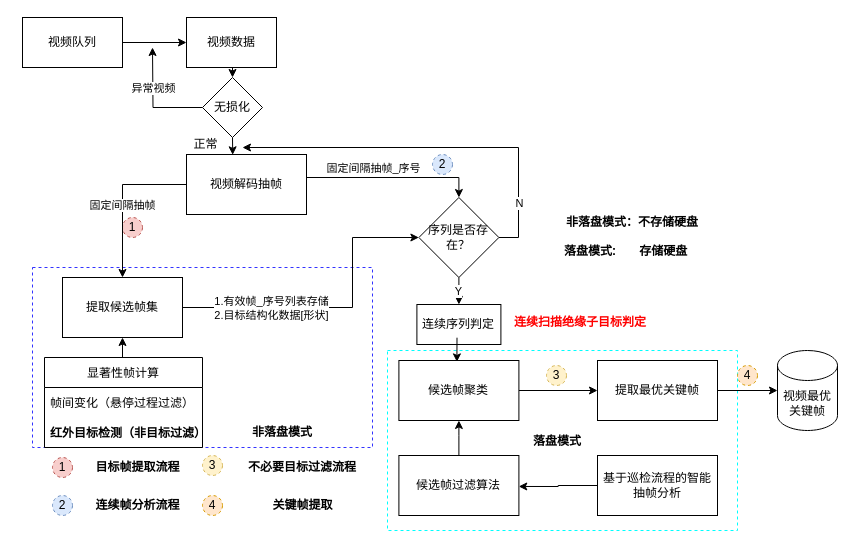
This is 视频抽帧.drawio from paleblackless/diagrams, a draw.io file, before an edit. Source tidied: cells renumbered, new cells numbered last; positions are measured from the earlier drawing's top-left corner, leaving out a move shared by most shapes. Both pictures are drawn from the tidied source at 100%, with x=0, y=0 at pixel (22, 17).
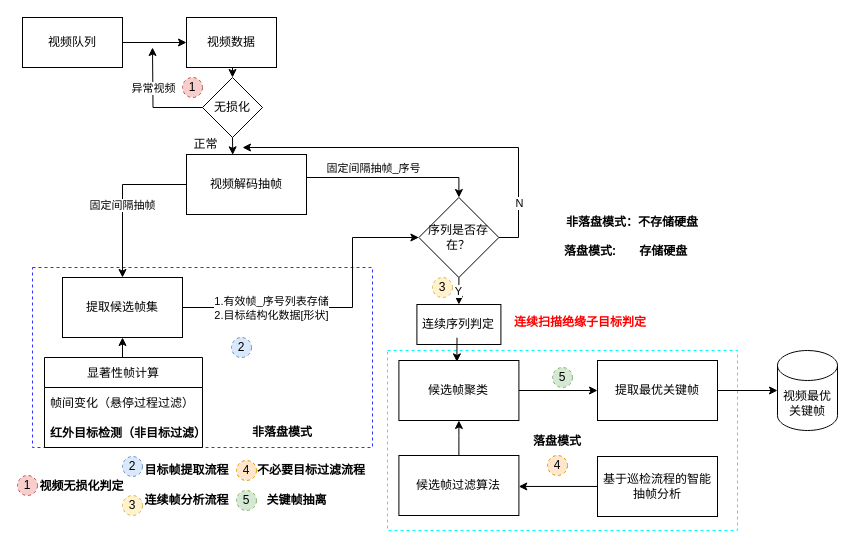
Above is the later version.

Commit message:
更新视频抽帧.drawio

The edit, as a diff of the source:
```diff
@@
     <mxCell id="19" value="基于巡检流程的智能抽帧分析" style="rounded=0;whiteSpace=wrap;html=1;" parent="1" vertex="1">
-      <mxGeometry x="575" y="438" width="120" height="60" as="geometry" />
+      <mxGeometry x="575" y="439" width="120" height="60" as="geometry" />
     </mxCell>
@@
     <mxCell id="22" value="1" style="ellipse;whiteSpace=wrap;html=1;dashed=1;fillColor=#f8cecc;strokeColor=#b85450;" parent="1" vertex="1">
-      <mxGeometry x="100" y="200" width="20" height="20" as="geometry" />
+      <mxGeometry x="160" y="60" width="20" height="20" as="geometry" />
     </mxCell>
     <mxCell id="23" value="3" style="ellipse;whiteSpace=wrap;html=1;dashed=1;fillColor=#fff2cc;strokeColor=#d6b656;" parent="1" vertex="1">
-      <mxGeometry x="524" y="348" width="20" height="20" as="geometry" />
+      <mxGeometry x="410" y="260" width="20" height="20" as="geometry" />
     </mxCell>
@@
     <mxCell id="25" value="4" style="ellipse;whiteSpace=wrap;html=1;dashed=1;fillColor=#ffe6cc;strokeColor=#d79b00;" parent="1" vertex="1">
-      <mxGeometry x="715" y="348" width="20" height="20" as="geometry" />
+      <mxGeometry x="525" y="438" width="20" height="20" as="geometry" />
     </mxCell>
@@
     <mxCell id="38" value="2" style="ellipse;whiteSpace=wrap;html=1;dashed=1;fillColor=#dae8fc;strokeColor=#6c8ebf;" parent="1" vertex="1">
-      <mxGeometry x="410" y="137" width="20" height="20" as="geometry" />
+      <mxGeometry x="209" y="320" width="20" height="20" as="geometry" />
     </mxCell>
@@
-    <mxCell id="41" value="1" style="ellipse;whiteSpace=wrap;html=1;dashed=1;fillColor=#f8cecc;strokeColor=#b85450;" parent="1" vertex="1">
-      <mxGeometry x="30" y="440" width="20" height="20" as="geometry" />
-    </mxCell>
-    <mxCell id="42" value="2" style="ellipse;whiteSpace=wrap;html=1;dashed=1;fillColor=#dae8fc;strokeColor=#6c8ebf;" parent="1" vertex="1">
-      <mxGeometry x="30" y="478" width="20" height="20" as="geometry" />
-    </mxCell>
-    <mxCell id="43" value="3" style="ellipse;whiteSpace=wrap;html=1;dashed=1;fillColor=#fff2cc;strokeColor=#d6b656;" parent="1" vertex="1">
-      <mxGeometry x="180" y="438" width="20" height="20" as="geometry" />
-    </mxCell>
-    <mxCell id="44" value="4" style="ellipse;whiteSpace=wrap;html=1;dashed=1;fillColor=#ffe6cc;strokeColor=#d79b00;" parent="1" vertex="1">
-      <mxGeometry x="180" y="478" width="20" height="20" as="geometry" />
-    </mxCell>
     <mxCell id="45" value="&lt;font color=&quot;#000000&quot;&gt;&lt;b&gt;目标帧提取流程&lt;/b&gt;&lt;/font&gt;" style="text;html=1;strokeColor=none;fillColor=none;align=center;verticalAlign=middle;whiteSpace=wrap;rounded=0;fontColor=#FF0000;" parent="1" vertex="1">
-      <mxGeometry x="71" y="435" width="89" height="30" as="geometry" />
+      <mxGeometry x="120" y="438" width="89" height="30" as="geometry" />
     </mxCell>
     <mxCell id="46" value="&lt;font color=&quot;#000000&quot;&gt;&lt;b&gt;连续帧分析流程&lt;/b&gt;&lt;/font&gt;" style="text;html=1;strokeColor=none;fillColor=none;align=center;verticalAlign=middle;whiteSpace=wrap;rounded=0;fontColor=#FF0000;" parent="1" vertex="1">
-      <mxGeometry x="71" y="473" width="89" height="30" as="geometry" />
+      <mxGeometry x="120" y="468" width="89" height="30" as="geometry" />
     </mxCell>
     <mxCell id="47" value="&lt;font color=&quot;#000000&quot;&gt;&lt;b&gt;不必要目标过滤流程&lt;/b&gt;&lt;/font&gt;" style="text;html=1;strokeColor=none;fillColor=none;align=center;verticalAlign=middle;whiteSpace=wrap;rounded=0;fontColor=#FF0000;" parent="1" vertex="1">
-      <mxGeometry x="220" y="435" width="120" height="30" as="geometry" />
+      <mxGeometry x="228.5" y="438" width="120" height="30" as="geometry" />
     </mxCell>
-    <mxCell id="48" value="&lt;font color=&quot;#000000&quot;&gt;&lt;b&gt;关键帧提取&lt;/b&gt;&lt;/font&gt;" style="text;html=1;strokeColor=none;fillColor=none;align=center;verticalAlign=middle;whiteSpace=wrap;rounded=0;fontColor=#FF0000;" parent="1" vertex="1">
-      <mxGeometry x="245.5" y="473" width="69" height="30" as="geometry" />
+    <mxCell id="48" value="&lt;font color=&quot;#000000&quot;&gt;&lt;b&gt;关键帧抽离&lt;/b&gt;&lt;/font&gt;" style="text;html=1;strokeColor=none;fillColor=none;align=center;verticalAlign=middle;whiteSpace=wrap;rounded=0;fontColor=#FF0000;" parent="1" vertex="1">
+      <mxGeometry x="240" y="468" width="69" height="30" as="geometry" />
     </mxCell>
@@
+    <mxCell id="58" value="5" style="ellipse;whiteSpace=wrap;html=1;dashed=1;fillColor=#d5e8d4;strokeColor=#82b366;" parent="1" vertex="1">
+      <mxGeometry x="530" y="350" width="20" height="20" as="geometry" />
+    </mxCell>
+    <mxCell id="59" value="&lt;font color=&quot;#000000&quot;&gt;&lt;b&gt;视频无损化判定&lt;/b&gt;&lt;/font&gt;" style="text;html=1;strokeColor=none;fillColor=none;align=center;verticalAlign=middle;whiteSpace=wrap;rounded=0;fontColor=#FF0000;" parent="1" vertex="1">
+      <mxGeometry x="15" y="454" width="89" height="30" as="geometry" />
+    </mxCell>
+    <mxCell id="41" value="1" style="ellipse;whiteSpace=wrap;html=1;dashed=1;fillColor=#f8cecc;strokeColor=#b85450;" parent="1" vertex="1">
+      <mxGeometry x="-5" y="458" width="20" height="20" as="geometry" />
+    </mxCell>
+    <mxCell id="42" value="2" style="ellipse;whiteSpace=wrap;html=1;dashed=1;fillColor=#dae8fc;strokeColor=#6c8ebf;" parent="1" vertex="1">
+      <mxGeometry x="100" y="439" width="20" height="20" as="geometry" />
+    </mxCell>
+    <mxCell id="43" value="3" style="ellipse;whiteSpace=wrap;html=1;dashed=1;fillColor=#fff2cc;strokeColor=#d6b656;" parent="1" vertex="1">
+      <mxGeometry x="100" y="478" width="20" height="20" as="geometry" />
+    </mxCell>
+    <mxCell id="44" value="4" style="ellipse;whiteSpace=wrap;html=1;dashed=1;fillColor=#ffe6cc;strokeColor=#d79b00;" parent="1" vertex="1">
+      <mxGeometry x="214" y="443" width="20" height="20" as="geometry" />
+    </mxCell>
+    <mxCell id="60" value="5" style="ellipse;whiteSpace=wrap;html=1;dashed=1;fillColor=#d5e8d4;strokeColor=#82b366;" parent="1" vertex="1">
+      <mxGeometry x="214" y="473" width="20" height="20" as="geometry" />
+    </mxCell>
```
